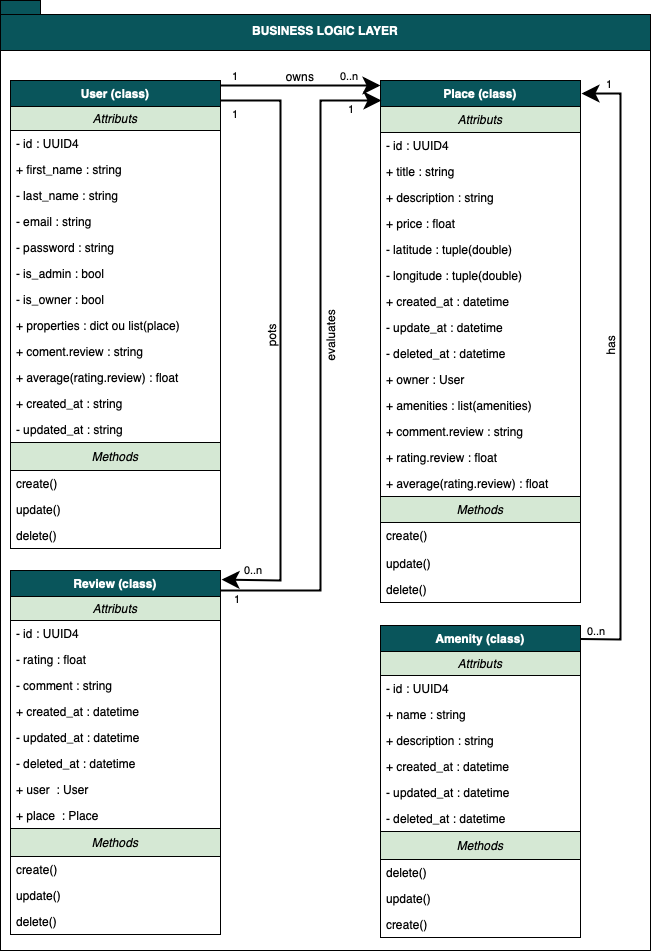
This is 1. Detailed Class Diagram for Business Logic Layer.drawio.png from thomas-maye/holbertonschool-hbnb, a draw.io export, as it was before one commit. Source tidied: cells renumbered, new cells last; positions are measured from the earlier drawing's top-left corner, leaving out a move shared by most shapes.
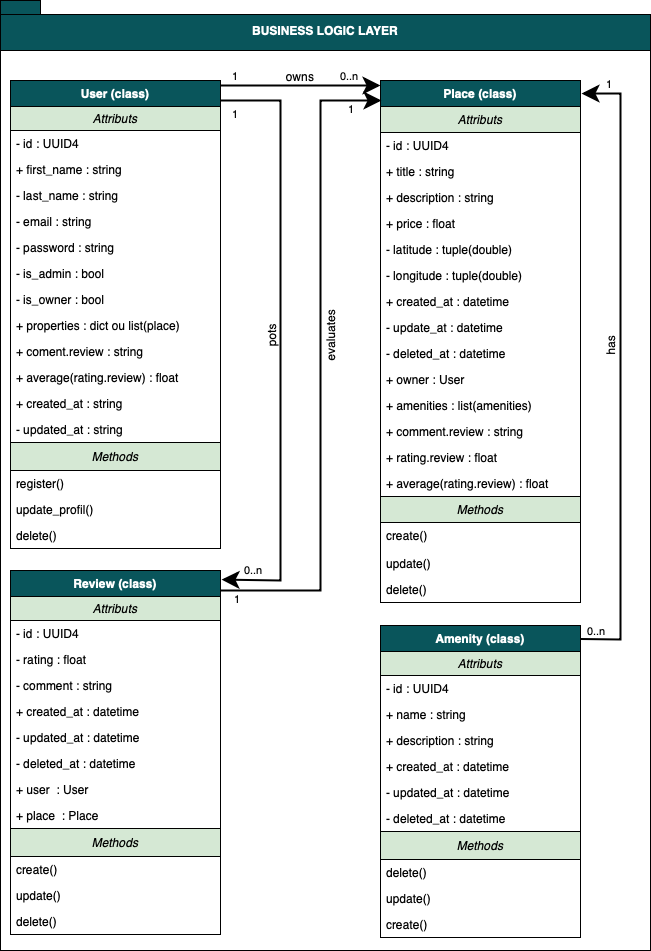
The same diagram one commit later.

Commit message:
Mettre à jour 1. Detailed Class Diagram for Business Logic Layer.drawio.png

Change to the diagram source:
```diff
@@ -50,10 +50,10 @@
     <mxCell id="17" value="&lt;i&gt;Methods&lt;/i&gt;" style="text;html=1;align=center;verticalAlign=middle;whiteSpace=wrap;rounded=0;fillColor=#d5e8d4;strokeColor=#000000;rotation=0;" parent="3" vertex="1">
       <mxGeometry y="362" width="210" height="28" as="geometry" />
     </mxCell>
-    <mxCell id="18" value="create()" style="text;align=left;verticalAlign=top;spacingLeft=4;spacingRight=4;overflow=hidden;" parent="3" vertex="1">
+    <mxCell id="18" value="register()" style="text;align=left;verticalAlign=top;spacingLeft=4;spacingRight=4;overflow=hidden;" parent="3" vertex="1">
       <mxGeometry y="390" width="210" height="26" as="geometry" />
     </mxCell>
-    <mxCell id="19" value="update()" style="text;align=left;verticalAlign=top;spacingLeft=4;spacingRight=4;overflow=hidden;" parent="3" vertex="1">
+    <mxCell id="19" value="update_profil()" style="text;align=left;verticalAlign=top;spacingLeft=4;spacingRight=4;overflow=hidden;" parent="3" vertex="1">
       <mxGeometry y="416" width="210" height="26" as="geometry" />
     </mxCell>
     <mxCell id="20" value="delete()" style="text;align=left;verticalAlign=top;spacingLeft=4;spacingRight=4;overflow=hidden;" parent="3" vertex="1">
```
